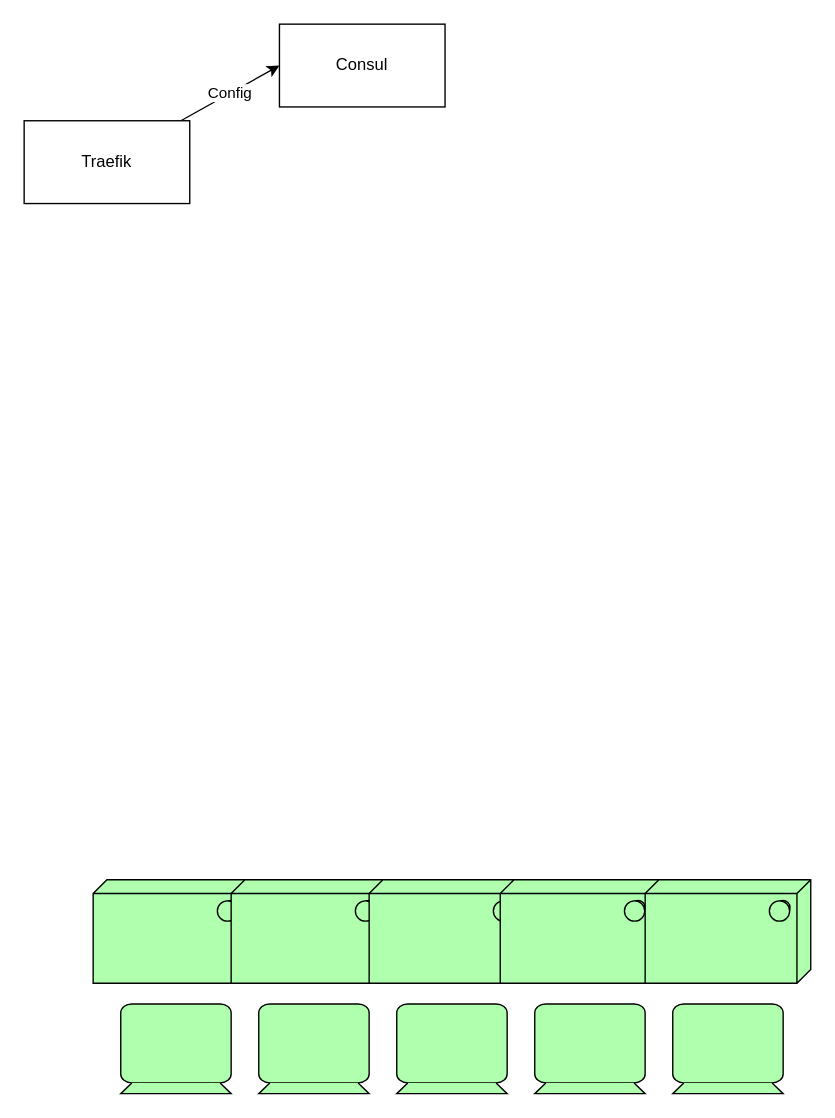
This is page "Services" (3 of 3) of design/analysis.drawio from huybrechtsxyz/huybrechtsxyz, a draw.io file, before an edit. Source tidied: cells renumbered, new cells numbered last; positions are measured from the earlier drawing's top-left corner, leaving out a move shared by most shapes. Both pictures are drawn from the tidied source at 138%, with x=0, y=0 at pixel (23, 23).
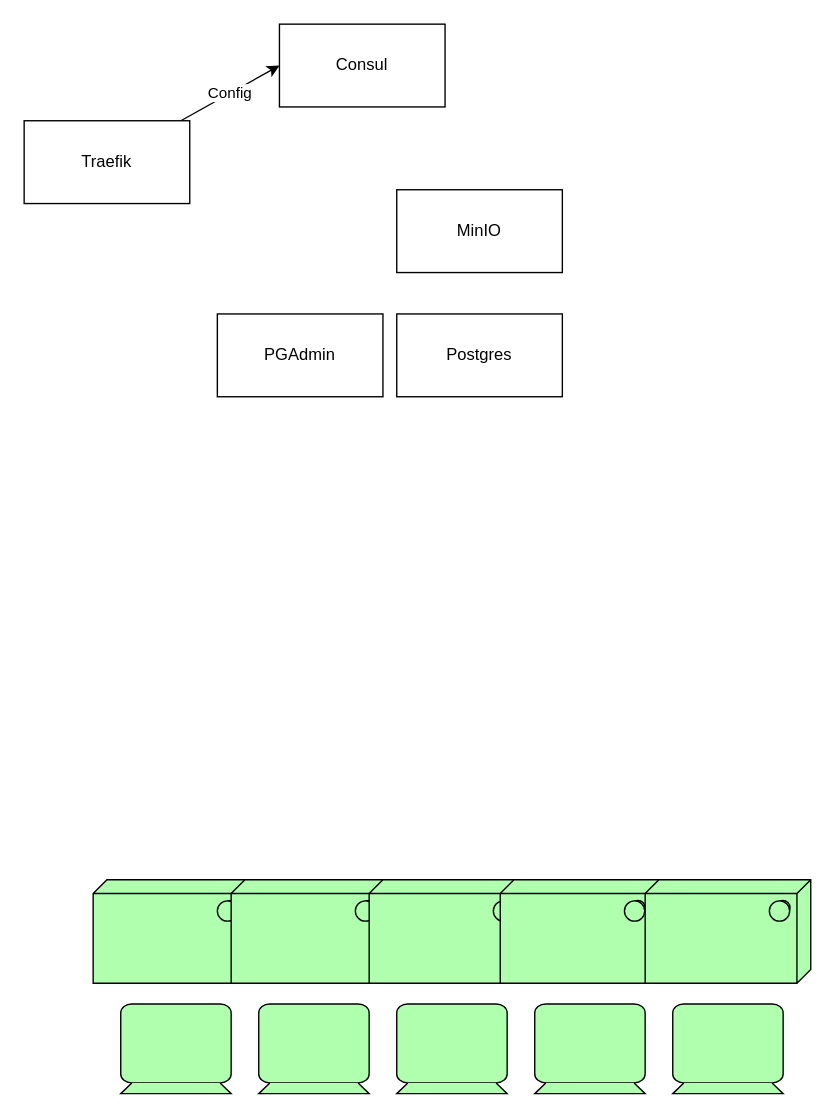
The same page after the edit.

Commit message (it also covers changes not shown here):
Adding pgadmin to test and develop

What changed in the source:
```diff
@@
 <mxGraphModel>
   <root>
     <mxCell id="0" />
     <mxCell id="1" parent="0" />
     <mxCell id="2" style="html=1;whiteSpace=wrap;fillColor=#AFFFAF;shape=mxgraph.archimate3.device;" parent="1" vertex="1">
       <mxGeometry x="70" y="710" width="80" height="65" as="geometry" />
     </mxCell>
     <mxCell id="3" style="html=1;whiteSpace=wrap;fillColor=#AFFFAF;shape=mxgraph.archimate3.device;" parent="1" vertex="1">
       <mxGeometry x="170" y="710" width="80" height="65" as="geometry" />
     </mxCell>
     <mxCell id="4" style="html=1;whiteSpace=wrap;fillColor=#AFFFAF;shape=mxgraph.archimate3.device;" parent="1" vertex="1">
       <mxGeometry x="270" y="710" width="80" height="65" as="geometry" />
     </mxCell>
     <mxCell id="5" style="html=1;whiteSpace=wrap;fillColor=#AFFFAF;shape=mxgraph.archimate3.device;" parent="1" vertex="1">
       <mxGeometry x="370" y="710" width="80" height="65" as="geometry" />
     </mxCell>
     <mxCell id="6" style="html=1;whiteSpace=wrap;fillColor=#AFFFAF;shape=mxgraph.archimate3.device;" parent="1" vertex="1">
       <mxGeometry x="470" y="710" width="80" height="65" as="geometry" />
     </mxCell>
     <mxCell id="7" style="html=1;whiteSpace=wrap;fillColor=#AFFFAF;shape=mxgraph.archimate3.tech;techType=sysSw;" parent="1" vertex="1">
       <mxGeometry x="50" y="620" width="120" height="75" as="geometry" />
     </mxCell>
     <mxCell id="8" style="html=1;whiteSpace=wrap;fillColor=#AFFFAF;shape=mxgraph.archimate3.tech;techType=sysSw;" parent="1" vertex="1">
       <mxGeometry x="150" y="620" width="120" height="75" as="geometry" />
     </mxCell>
     <mxCell id="9" style="html=1;whiteSpace=wrap;fillColor=#AFFFAF;shape=mxgraph.archimate3.tech;techType=sysSw;" parent="1" vertex="1">
       <mxGeometry x="250" y="620" width="120" height="75" as="geometry" />
     </mxCell>
     <mxCell id="10" style="html=1;whiteSpace=wrap;fillColor=#AFFFAF;shape=mxgraph.archimate3.tech;techType=sysSw;" parent="1" vertex="1">
       <mxGeometry x="345" y="620" width="120" height="75" as="geometry" />
     </mxCell>
     <mxCell id="11" style="html=1;whiteSpace=wrap;fillColor=#AFFFAF;shape=mxgraph.archimate3.tech;techType=sysSw;" parent="1" vertex="1">
       <mxGeometry x="450" y="620" width="120" height="75" as="geometry" />
     </mxCell>
     <mxCell id="12" value="Consul" style="rounded=0;whiteSpace=wrap;html=1;" parent="1" vertex="1">
       <mxGeometry x="185" width="120" height="60" as="geometry" />
     </mxCell>
     <mxCell id="13" value="Config" style="edgeStyle=none;html=1;entryX=0;entryY=0.5;entryDx=0;entryDy=0;" parent="1" edge="1" source="14" target="12">
       <mxGeometry relative="1" as="geometry" />
     </mxCell>
     <mxCell id="14" value="Traefik" style="rounded=0;whiteSpace=wrap;html=1;" parent="1" vertex="1">
       <mxGeometry y="70" width="120" height="60" as="geometry" />
     </mxCell>
+    <mxCell id="15" value="MinIO" style="rounded=0;whiteSpace=wrap;html=1;" parent="1" vertex="1">
+      <mxGeometry x="270" y="120" width="120" height="60" as="geometry" />
+    </mxCell>
+    <mxCell id="16" value="Postgres" style="rounded=0;whiteSpace=wrap;html=1;" parent="1" vertex="1">
+      <mxGeometry x="270" y="210" width="120" height="60" as="geometry" />
+    </mxCell>
+    <mxCell id="17" value="PGAdmin" style="rounded=0;whiteSpace=wrap;html=1;" parent="1" vertex="1">
+      <mxGeometry x="140" y="210" width="120" height="60" as="geometry" />
+    </mxCell>
   </root>
 </mxGraphModel>
```
